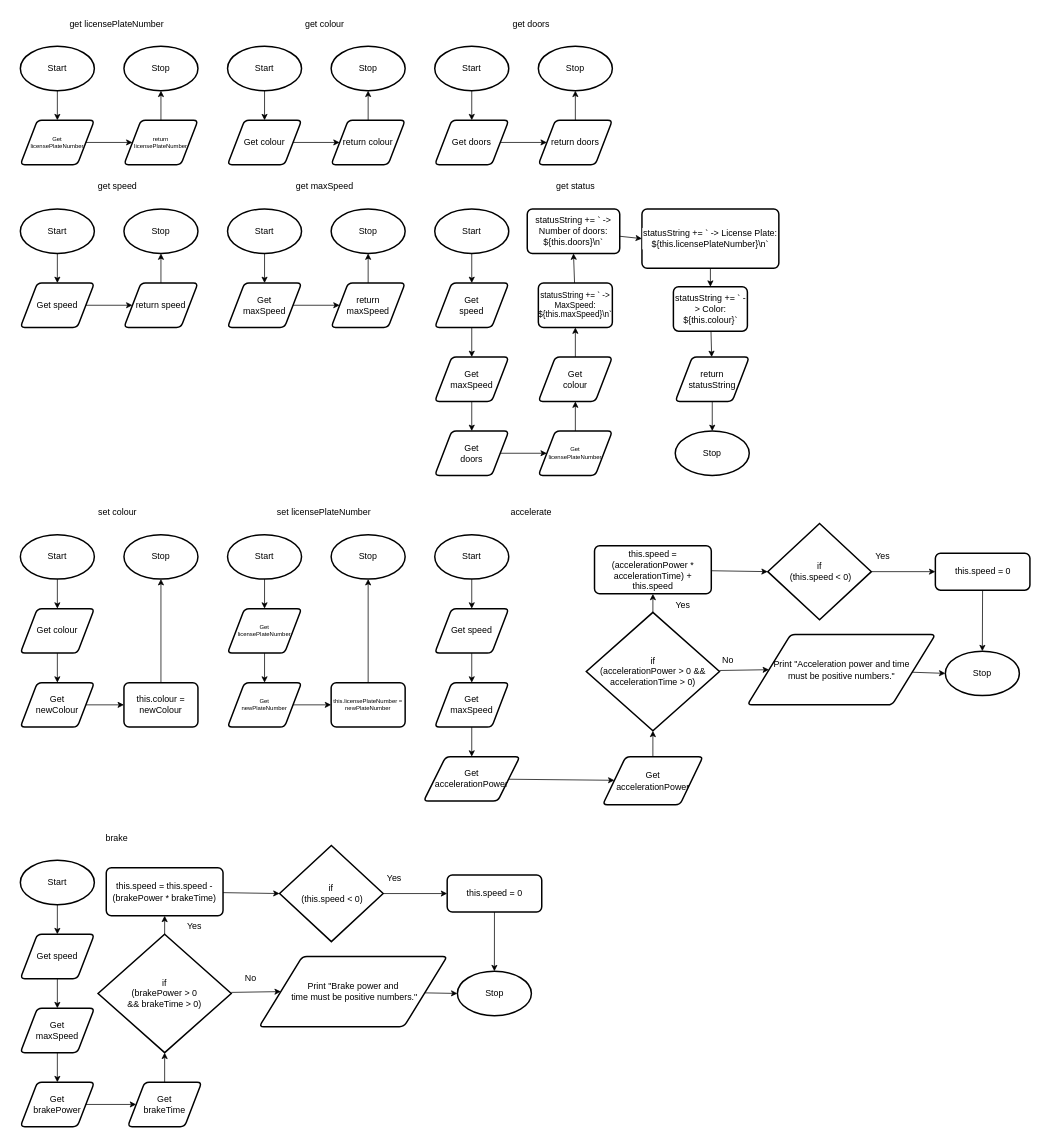
Kenny-Le-281/ICS4U-Unit2-Kenny-Le keeps this draw.io diagram as Unit2-05/design/flowchart.drawio. Above is the earlier version. Source tidied: cells renumbered, new cells numbered last; positions are measured from the earlier drawing's top-left corner, leaving out a move shared by most shapes. Both pictures are drawn from the tidied source at 74%, with x=0, y=0 at pixel (20, 13).
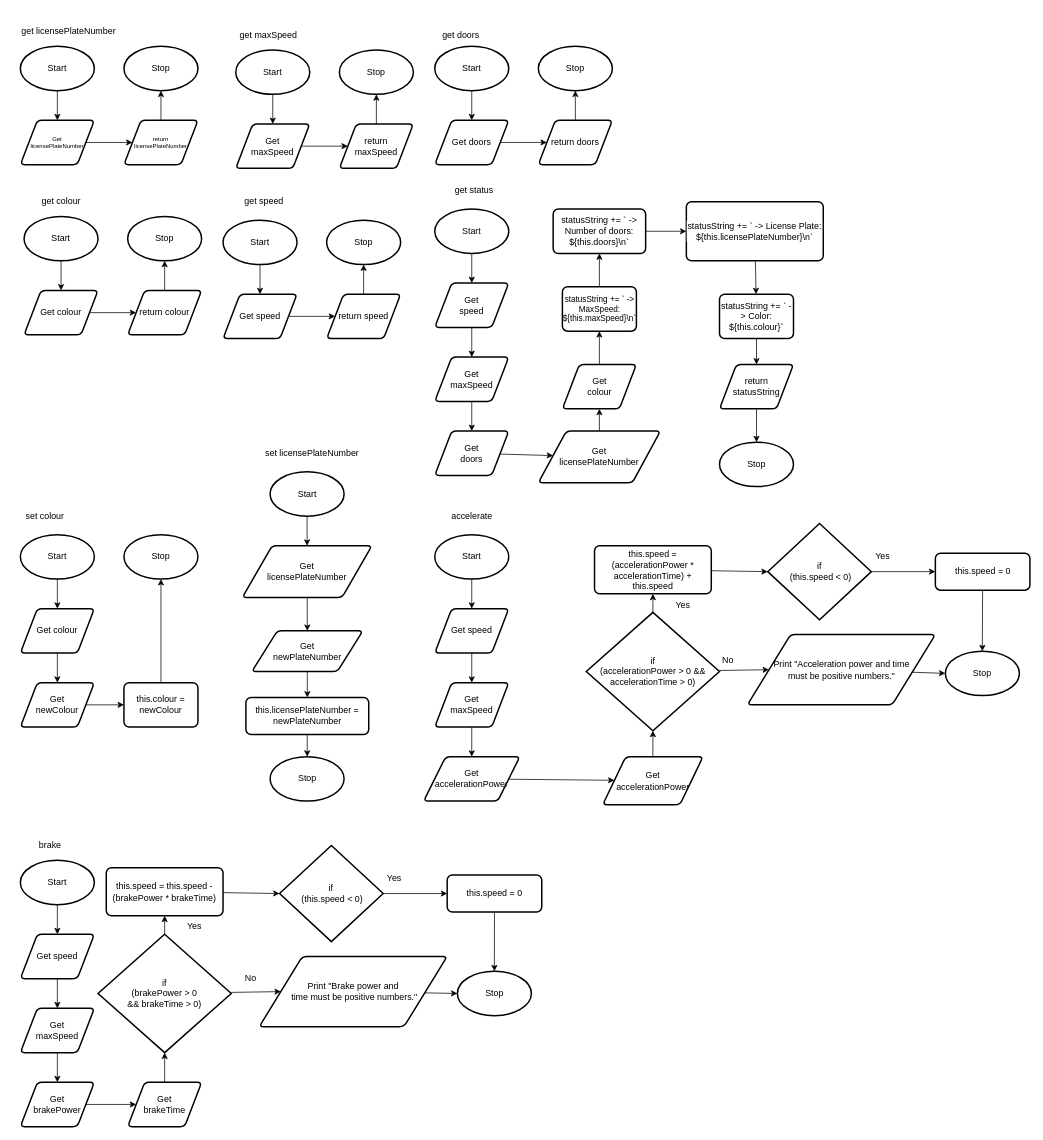
Above is the later version.

Diff of the diagram source:
```diff
@@
     <mxCell id="7" value="get licensePlateNumber" style="text;html=1;align=center;verticalAlign=middle;strokeColor=none;fillColor=none;" parent="1" vertex="1">
-      <mxGeometry x="55" width="150" height="30" as="geometry" />
+      <mxGeometry x="-10" y="10" width="150" height="30" as="geometry" />
     </mxCell>
@@
     <mxCell id="11" value="Start" style="strokeWidth=2;html=1;shape=mxgraph.flowchart.start_1;whiteSpace=wrap;" parent="1" vertex="1">
-      <mxGeometry x="280" y="45" width="100" height="60" as="geometry" />
+      <mxGeometry x="5" y="275" width="100" height="60" as="geometry" />
     </mxCell>
     <mxCell id="12" value="Stop" style="strokeWidth=2;html=1;shape=mxgraph.flowchart.start_1;whiteSpace=wrap;" parent="1" vertex="1">
-      <mxGeometry x="420" y="45" width="100" height="60" as="geometry" />
+      <mxGeometry x="145" y="275" width="100" height="60" as="geometry" />
     </mxCell>
     <mxCell id="13" style="edgeStyle=none;html=1;entryX=0;entryY=0.5;entryDx=0;entryDy=0;fontSize=14;" parent="1" edge="1" source="14">
       <mxGeometry relative="1" as="geometry">
-        <mxPoint x="431.5" y="175" as="targetPoint" />
+        <mxPoint x="156.5" y="405" as="targetPoint" />
       </mxGeometry>
     </mxCell>
     <mxCell id="14" value="Get colour" style="shape=parallelogram;html=1;strokeWidth=2;perimeter=parallelogramPerimeter;whiteSpace=wrap;rounded=1;arcSize=12;size=0.23;fontSize=12;" parent="1" vertex="1">
-      <mxGeometry x="280" y="145" width="100" height="60" as="geometry" />
+      <mxGeometry x="5" y="375" width="100" height="60" as="geometry" />
     </mxCell>
     <mxCell id="15" value="get colour" style="text;html=1;align=center;verticalAlign=middle;strokeColor=none;fillColor=none;" parent="1" vertex="1">
-      <mxGeometry x="373" width="75" height="30" as="geometry" />
+      <mxGeometry x="17.5" y="240" width="75" height="30" as="geometry" />
     </mxCell>
@@
     <mxCell id="17" value="return colour" style="shape=parallelogram;html=1;strokeWidth=2;perimeter=parallelogramPerimeter;whiteSpace=wrap;rounded=1;arcSize=12;size=0.23;fontSize=12;" parent="1" vertex="1">
-      <mxGeometry x="420" y="145" width="100" height="60" as="geometry" />
+      <mxGeometry x="145" y="375" width="100" height="60" as="geometry" />
     </mxCell>
@@
     <mxCell id="23" value="get doors" style="text;html=1;align=center;verticalAlign=middle;strokeColor=none;fillColor=none;" parent="1" vertex="1">
-      <mxGeometry x="655" width="70" height="30" as="geometry" />
+      <mxGeometry x="560" y="15" width="70" height="30" as="geometry" />
     </mxCell>
@@
     <mxCell id="27" value="Start" style="strokeWidth=2;html=1;shape=mxgraph.flowchart.start_1;whiteSpace=wrap;" parent="1" vertex="1">
-      <mxGeometry y="265" width="100" height="60" as="geometry" />
+      <mxGeometry x="273.9" y="280" width="100" height="60" as="geometry" />
     </mxCell>
     <mxCell id="28" value="Stop" style="strokeWidth=2;html=1;shape=mxgraph.flowchart.start_1;whiteSpace=wrap;" parent="1" vertex="1">
-      <mxGeometry x="140" y="265" width="100" height="60" as="geometry" />
+      <mxGeometry x="413.9" y="280" width="100" height="60" as="geometry" />
     </mxCell>
     <mxCell id="29" style="edgeStyle=none;html=1;entryX=0;entryY=0.5;entryDx=0;entryDy=0;fontSize=14;" parent="1" edge="1" source="30">
       <mxGeometry relative="1" as="geometry">
-        <mxPoint x="151.5" y="395" as="targetPoint" />
+        <mxPoint x="425.4" y="410" as="targetPoint" />
       </mxGeometry>
     </mxCell>
     <mxCell id="30" value="Get speed" style="shape=parallelogram;html=1;strokeWidth=2;perimeter=parallelogramPerimeter;whiteSpace=wrap;rounded=1;arcSize=12;size=0.23;fontSize=12;" parent="1" vertex="1">
-      <mxGeometry y="365" width="100" height="60" as="geometry" />
+      <mxGeometry x="273.9" y="380" width="100" height="60" as="geometry" />
     </mxCell>
     <mxCell id="31" value="get speed" style="text;html=1;align=center;verticalAlign=middle;strokeColor=none;fillColor=none;" parent="1" vertex="1">
-      <mxGeometry x="93" y="220" width="75" height="30" as="geometry" />
+      <mxGeometry x="291.9" y="240" width="75" height="30" as="geometry" />
     </mxCell>
@@
     <mxCell id="33" value="return speed" style="shape=parallelogram;html=1;strokeWidth=2;perimeter=parallelogramPerimeter;whiteSpace=wrap;rounded=1;arcSize=12;size=0.23;fontSize=12;" parent="1" vertex="1">
-      <mxGeometry x="140" y="365" width="100" height="60" as="geometry" />
+      <mxGeometry x="413.9" y="380" width="100" height="60" as="geometry" />
     </mxCell>
@@
     <mxCell id="35" value="Start" style="strokeWidth=2;html=1;shape=mxgraph.flowchart.start_1;whiteSpace=wrap;" parent="1" vertex="1">
-      <mxGeometry x="280" y="265" width="100" height="60" as="geometry" />
+      <mxGeometry x="291.1" y="50" width="100" height="60" as="geometry" />
     </mxCell>
     <mxCell id="36" value="Stop" style="strokeWidth=2;html=1;shape=mxgraph.flowchart.start_1;whiteSpace=wrap;" parent="1" vertex="1">
-      <mxGeometry x="420" y="265" width="100" height="60" as="geometry" />
+      <mxGeometry x="431.1" y="50" width="100" height="60" as="geometry" />
     </mxCell>
     <mxCell id="37" style="edgeStyle=none;html=1;entryX=0;entryY=0.5;entryDx=0;entryDy=0;fontSize=14;" parent="1" edge="1" source="38">
       <mxGeometry relative="1" as="geometry">
-        <mxPoint x="431.5" y="395" as="targetPoint" />
+        <mxPoint x="442.6" y="180" as="targetPoint" />
       </mxGeometry>
     </mxCell>
     <mxCell id="38" value="Get&lt;br&gt;maxSpeed" style="shape=parallelogram;html=1;strokeWidth=2;perimeter=parallelogramPerimeter;whiteSpace=wrap;rounded=1;arcSize=12;size=0.23;fontSize=12;" parent="1" vertex="1">
-      <mxGeometry x="280" y="365" width="100" height="60" as="geometry" />
+      <mxGeometry x="291.1" y="150" width="100" height="60" as="geometry" />
     </mxCell>
     <mxCell id="39" value="get maxSpeed" style="text;html=1;align=center;verticalAlign=middle;strokeColor=none;fillColor=none;" parent="1" vertex="1">
-      <mxGeometry x="361" y="220" width="100" height="30" as="geometry" />
+      <mxGeometry x="285" y="15" width="100" height="30" as="geometry" />
     </mxCell>
@@
     <mxCell id="41" value="return&lt;br&gt;maxSpeed" style="shape=parallelogram;html=1;strokeWidth=2;perimeter=parallelogramPerimeter;whiteSpace=wrap;rounded=1;arcSize=12;size=0.23;fontSize=12;" parent="1" vertex="1">
-      <mxGeometry x="420" y="365" width="100" height="60" as="geometry" />
+      <mxGeometry x="431.1" y="150" width="100" height="60" as="geometry" />
     </mxCell>
@@
     <mxCell id="48" value="set colour" style="text;html=1;align=center;verticalAlign=middle;strokeColor=none;fillColor=none;" parent="1" vertex="1">
-      <mxGeometry x="93" y="660" width="75" height="30" as="geometry" />
+      <mxGeometry x="-5" y="665" width="75" height="30" as="geometry" />
     </mxCell>
@@
     <mxCell id="53" value="Start" style="strokeWidth=2;html=1;shape=mxgraph.flowchart.start_1;whiteSpace=wrap;" parent="1" vertex="1">
-      <mxGeometry x="280" y="705" width="100" height="60" as="geometry" />
+      <mxGeometry x="337.5" y="620" width="100" height="60" as="geometry" />
     </mxCell>
     <mxCell id="54" value="Stop" style="strokeWidth=2;html=1;shape=mxgraph.flowchart.start_1;whiteSpace=wrap;" parent="1" vertex="1">
-      <mxGeometry x="420" y="705" width="100" height="60" as="geometry" />
+      <mxGeometry x="337.5" y="1005" width="100" height="60" as="geometry" />
     </mxCell>
@@
-    <mxCell id="56" value="Get&lt;br style=&quot;font-size: 8px;&quot;&gt;licensePlateNumber" style="shape=parallelogram;html=1;strokeWidth=2;perimeter=parallelogramPerimeter;whiteSpace=wrap;rounded=1;arcSize=12;size=0.23;fontSize=8;" parent="1" vertex="1">
-      <mxGeometry x="280" y="805" width="100" height="60" as="geometry" />
+    <mxCell id="56" value="&lt;font style=&quot;font-size: 12px;&quot;&gt;Get&lt;br style=&quot;&quot;&gt;licensePlateNumber&lt;/font&gt;" style="shape=parallelogram;html=1;strokeWidth=2;perimeter=parallelogramPerimeter;whiteSpace=wrap;rounded=1;arcSize=12;size=0.23;fontSize=8;" parent="1" vertex="1">
+      <mxGeometry x="300" y="720" width="175" height="70" as="geometry" />
     </mxCell>
     <mxCell id="57" value="set licensePlateNumber" style="text;html=1;align=center;verticalAlign=middle;strokeColor=none;fillColor=none;" parent="1" vertex="1">
-      <mxGeometry x="335" y="660" width="150" height="30" as="geometry" />
+      <mxGeometry x="318.6" y="580" width="150" height="30" as="geometry" />
     </mxCell>
-    <mxCell id="58" style="edgeStyle=none;html=1;fontSize=8;exitX=0.5;exitY=0;exitDx=0;exitDy=0;" parent="1" edge="1" source="61" target="54">
-      <mxGeometry relative="1" as="geometry" />
-    </mxCell>
-    <mxCell id="59" style="edgeStyle=none;html=1;entryX=0;entryY=0.5;entryDx=0;entryDy=0;fontSize=8;" parent="1" edge="1" source="60" target="61">
+    <mxCell id="59" style="edgeStyle=none;html=1;fontSize=12;" parent="1" edge="1" source="60" target="61">
       <mxGeometry relative="1" as="geometry" />
     </mxCell>
-    <mxCell id="60" value="Get&lt;br style=&quot;font-size: 8px;&quot;&gt;newPlateNumber" style="shape=parallelogram;html=1;strokeWidth=2;perimeter=parallelogramPerimeter;whiteSpace=wrap;rounded=1;arcSize=12;size=0.23;fontSize=8;" parent="1" vertex="1">
-      <mxGeometry x="280" y="905" width="100" height="60" as="geometry" />
+    <mxCell id="60" value="&lt;font style=&quot;font-size: 12px;&quot;&gt;Get&lt;br style=&quot;&quot;&gt;newPlateNumber&lt;/font&gt;" style="shape=parallelogram;html=1;strokeWidth=2;perimeter=parallelogramPerimeter;whiteSpace=wrap;rounded=1;arcSize=12;size=0.23;fontSize=8;" parent="1" vertex="1">
+      <mxGeometry x="312.8" y="835" width="150" height="55" as="geometry" />
     </mxCell>
+    <mxCell id="58" style="edgeStyle=none;html=1;fontSize=12;" parent="1" edge="1" source="61" target="54">
+      <mxGeometry relative="1" as="geometry" />
+    </mxCell>
-    <mxCell id="61" value="this.licensePlateNumber =&lt;br style=&quot;font-size: 8px;&quot;&gt;newPlateNumber" style="rounded=1;whiteSpace=wrap;html=1;absoluteArcSize=1;arcSize=14;strokeWidth=2;fontSize=8;" parent="1" vertex="1">
-      <mxGeometry x="420" y="905" width="100" height="60" as="geometry" />
+    <mxCell id="61" value="&lt;font style=&quot;font-size: 12px;&quot;&gt;this.licensePlateNumber =&lt;br style=&quot;&quot;&gt;newPlateNumber&lt;/font&gt;" style="rounded=1;whiteSpace=wrap;html=1;absoluteArcSize=1;arcSize=14;strokeWidth=2;fontSize=8;" parent="1" vertex="1">
+      <mxGeometry x="304.8" y="925" width="166" height="50" as="geometry" />
     </mxCell>
@@
     <mxCell id="64" value="Stop" style="strokeWidth=2;html=1;shape=mxgraph.flowchart.start_1;whiteSpace=wrap;" parent="1" vertex="1">
-      <mxGeometry x="885" y="565" width="100" height="60" as="geometry" />
+      <mxGeometry x="944.8" y="580" width="100" height="60" as="geometry" />
     </mxCell>
@@
     <mxCell id="67" value="get status" style="text;html=1;align=center;verticalAlign=middle;strokeColor=none;fillColor=none;" parent="1" vertex="1">
-      <mxGeometry x="712" y="220" width="75" height="30" as="geometry" />
+      <mxGeometry x="575" y="225" width="75" height="30" as="geometry" />
     </mxCell>
@@
     <mxCell id="69" value="return&lt;br&gt;statusString" style="shape=parallelogram;html=1;strokeWidth=2;perimeter=parallelogramPerimeter;whiteSpace=wrap;rounded=1;arcSize=12;size=0.23;fontSize=12;" parent="1" vertex="1">
-      <mxGeometry x="885" y="465" width="100" height="60" as="geometry" />
+      <mxGeometry x="944.8" y="475" width="100" height="60" as="geometry" />
     </mxCell>
@@
-    <mxCell id="75" value="Get&lt;br style=&quot;font-size: 8px;&quot;&gt;licensePlateNumber" style="shape=parallelogram;html=1;strokeWidth=2;perimeter=parallelogramPerimeter;whiteSpace=wrap;rounded=1;arcSize=12;size=0.23;fontSize=8;" parent="1" vertex="1">
-      <mxGeometry x="700" y="565" width="100" height="60" as="geometry" />
+    <mxCell id="75" value="&lt;font style=&quot;font-size: 12px;&quot;&gt;Get&lt;br style=&quot;&quot;&gt;licensePlateNumber&lt;/font&gt;" style="shape=parallelogram;html=1;strokeWidth=2;perimeter=parallelogramPerimeter;whiteSpace=wrap;rounded=1;arcSize=12;size=0.23;fontSize=8;" parent="1" vertex="1">
+      <mxGeometry x="700" y="565" width="165" height="70" as="geometry" />
     </mxCell>
@@
     <mxCell id="77" value="Get&lt;br&gt;colour" style="shape=parallelogram;html=1;strokeWidth=2;perimeter=parallelogramPerimeter;whiteSpace=wrap;rounded=1;arcSize=12;size=0.23;fontSize=12;" parent="1" vertex="1">
-      <mxGeometry x="700" y="465" width="100" height="60" as="geometry" />
+      <mxGeometry x="732.5" y="475" width="100" height="60" as="geometry" />
     </mxCell>
@@
     <mxCell id="79" value="statusString += ` -&amp;gt; MaxSpeed: ${this.maxSpeed}\n`" style="rounded=1;whiteSpace=wrap;html=1;absoluteArcSize=1;arcSize=14;strokeWidth=2;fontSize=11;" parent="1" vertex="1">
-      <mxGeometry x="700" y="365" width="100" height="60" as="geometry" />
+      <mxGeometry x="732.5" y="370" width="100" height="60" as="geometry" />
     </mxCell>
@@
     <mxCell id="81" value="statusString += ` -&amp;gt; Number of doors: ${this.doors}\n`" style="rounded=1;whiteSpace=wrap;html=1;absoluteArcSize=1;arcSize=14;strokeWidth=2;fontSize=12;" parent="1" vertex="1">
-      <mxGeometry x="685" y="265" width="125" height="60" as="geometry" />
+      <mxGeometry x="720" y="265" width="125" height="60" as="geometry" />
     </mxCell>
@@
     <mxCell id="83" value="&lt;font style=&quot;font-size: 12px;&quot;&gt;statusString += ` -&amp;gt; License Plate: ${this.licensePlateNumber}\n`&lt;/font&gt;" style="rounded=1;whiteSpace=wrap;html=1;absoluteArcSize=1;arcSize=14;strokeWidth=2;fontSize=7;labelBackgroundColor=default;" parent="1" vertex="1">
-      <mxGeometry x="840" y="265" width="185" height="80" as="geometry" />
+      <mxGeometry x="900" y="255" width="185" height="80" as="geometry" />
     </mxCell>
@@
     <mxCell id="85" value="statusString += ` -&amp;gt; Color: ${this.colour}`" style="rounded=1;whiteSpace=wrap;html=1;absoluteArcSize=1;arcSize=14;strokeWidth=2;fontSize=12;" parent="1" vertex="1">
-      <mxGeometry x="882.5" y="370" width="100" height="60" as="geometry" />
+      <mxGeometry x="944.8" y="380" width="100" height="60" as="geometry" />
     </mxCell>
@@
     <mxCell id="90" value="accelerate" style="text;html=1;align=center;verticalAlign=middle;strokeColor=none;fillColor=none;" parent="1" vertex="1">
-      <mxGeometry x="650" y="660" width="80" height="30" as="geometry" />
+      <mxGeometry x="570" y="665" width="80" height="30" as="geometry" />
     </mxCell>
@@
     <mxCell id="101" value="brake" style="text;html=1;align=center;verticalAlign=middle;strokeColor=none;fillColor=none;" parent="1" vertex="1">
-      <mxGeometry x="105" y="1100" width="50" height="30" as="geometry" />
+      <mxGeometry x="15" y="1110" width="50" height="30" as="geometry" />
     </mxCell>
```
